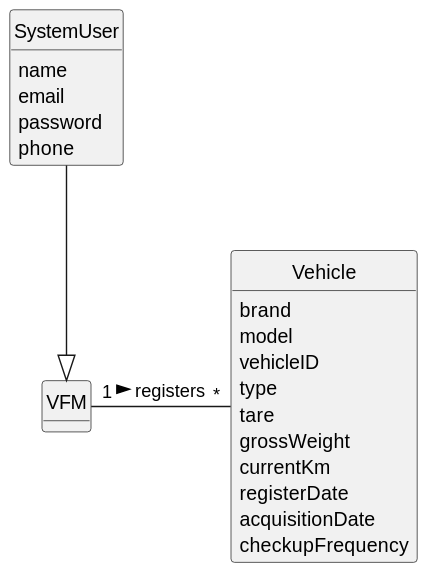
Earlier version of the PlantUML export docs/sprintA/us006/02.analysis/svg/us006-domain-model.svg (Departamento-de-Engenharia-Informatica/lei-24-s2-1do-g164). Source of this version:
```plantuml
@startuml
skinparam monochrome true
skinparam packageStyle rectangle
skinparam shadowing false


skinparam classAttributeIconSize 0

hide circle
hide methods

class SystemUser {
    name
    email
    password
    phone

}
class Vehicle {
   brand
   model
   vehicleID
   type
   tare
   grossWeight
   currentKm
   registerDate
   acquisitionDate
   checkupFrequency
}


class VFM{

}


VFM "1" - "*" Vehicle: registers >
SystemUser --|> VFM
@enduml
```
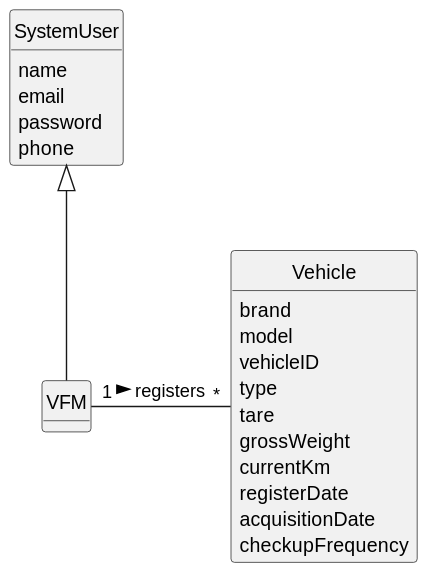
After the commit.

Commit message:
Update of all images and changes on SSD from US06. Domain Models finished

Change to the diagram source:
```diff
@@ -36,5 +36,5 @@
 
 
 VFM "1" - "*" Vehicle: registers >
-SystemUser --|> VFM
+SystemUser <|-- VFM
 @enduml
```
